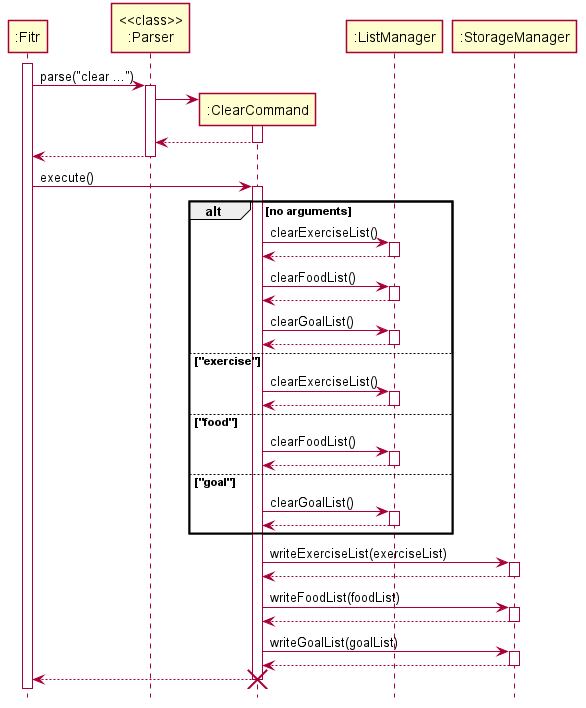
The PlantUML diagram docs/images/ClearCommandSequenceDiagram.png in nus-cs2113-AY2021S1/tp, before a commit. The source it was exported from:
```plantuml
@startuml
skinparam Shadowing false

participant ":Fitr"
participant "<<class>>\n:Parser"
participant ":ClearCommand"
participant ":ListManager"
participant ":StorageManager"

activate ":Fitr"
":Fitr" -> "<<class>>\n:Parser" ++ : parse("clear ...")

create ":ClearCommand"
"<<class>>\n:Parser" -> ":ClearCommand" ++
return
return

":Fitr" -> ":ClearCommand" ++ : execute()

alt no arguments
    ":ClearCommand" -> ":ListManager" ++ : clearExerciseList()
    return
    ":ClearCommand" -> ":ListManager" ++ : clearFoodList()
    return
    ":ClearCommand" -> ":ListManager" ++ : clearGoalList()
    return
else "exercise"
    ":ClearCommand" -> ":ListManager" ++ : clearExerciseList()
    return
else "food"
    ":ClearCommand" -> ":ListManager" ++ : clearFoodList()
    return
else "goal"
    ":ClearCommand" -> ":ListManager" ++ : clearGoalList()
    return
end

":ClearCommand" -> ":StorageManager" ++ : writeExerciseList(exerciseList)
return
":ClearCommand" -> ":StorageManager" ++ : writeFoodList(foodList)
return
":ClearCommand" -> ":StorageManager" ++ : writeGoalList(goalList)
return

return
destroy ":ClearCommand"

hide footbox
@enduml
```
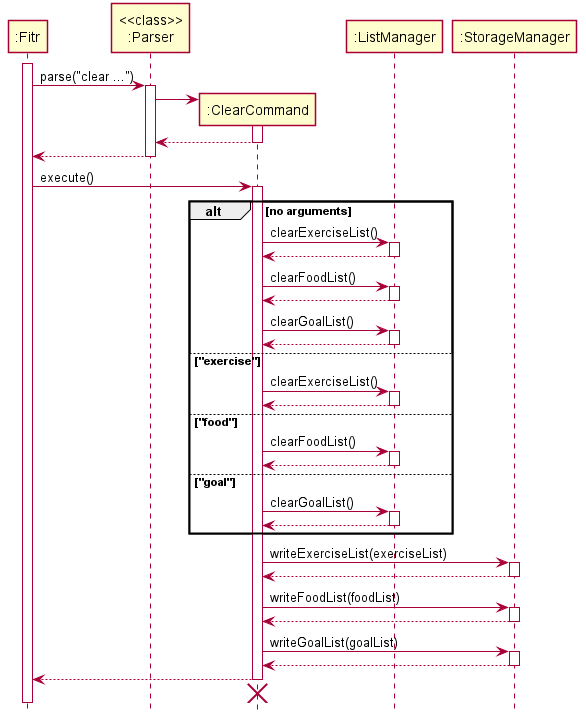
Later version of the same file.

Commit message:
Update sequence diagrams in DG

What changed in the source:
```diff
@@ -42,7 +42,9 @@
 ":ClearCommand" -> ":StorageManager" ++ : writeGoalList(goalList)
 return
 
-return
+":ClearCommand" --> ":Fitr"
+deactivate ":ClearCommand"
+":ClearCommand" -[hidden]-> ":Fitr"
 destroy ":ClearCommand"
 
 hide footbox
```
